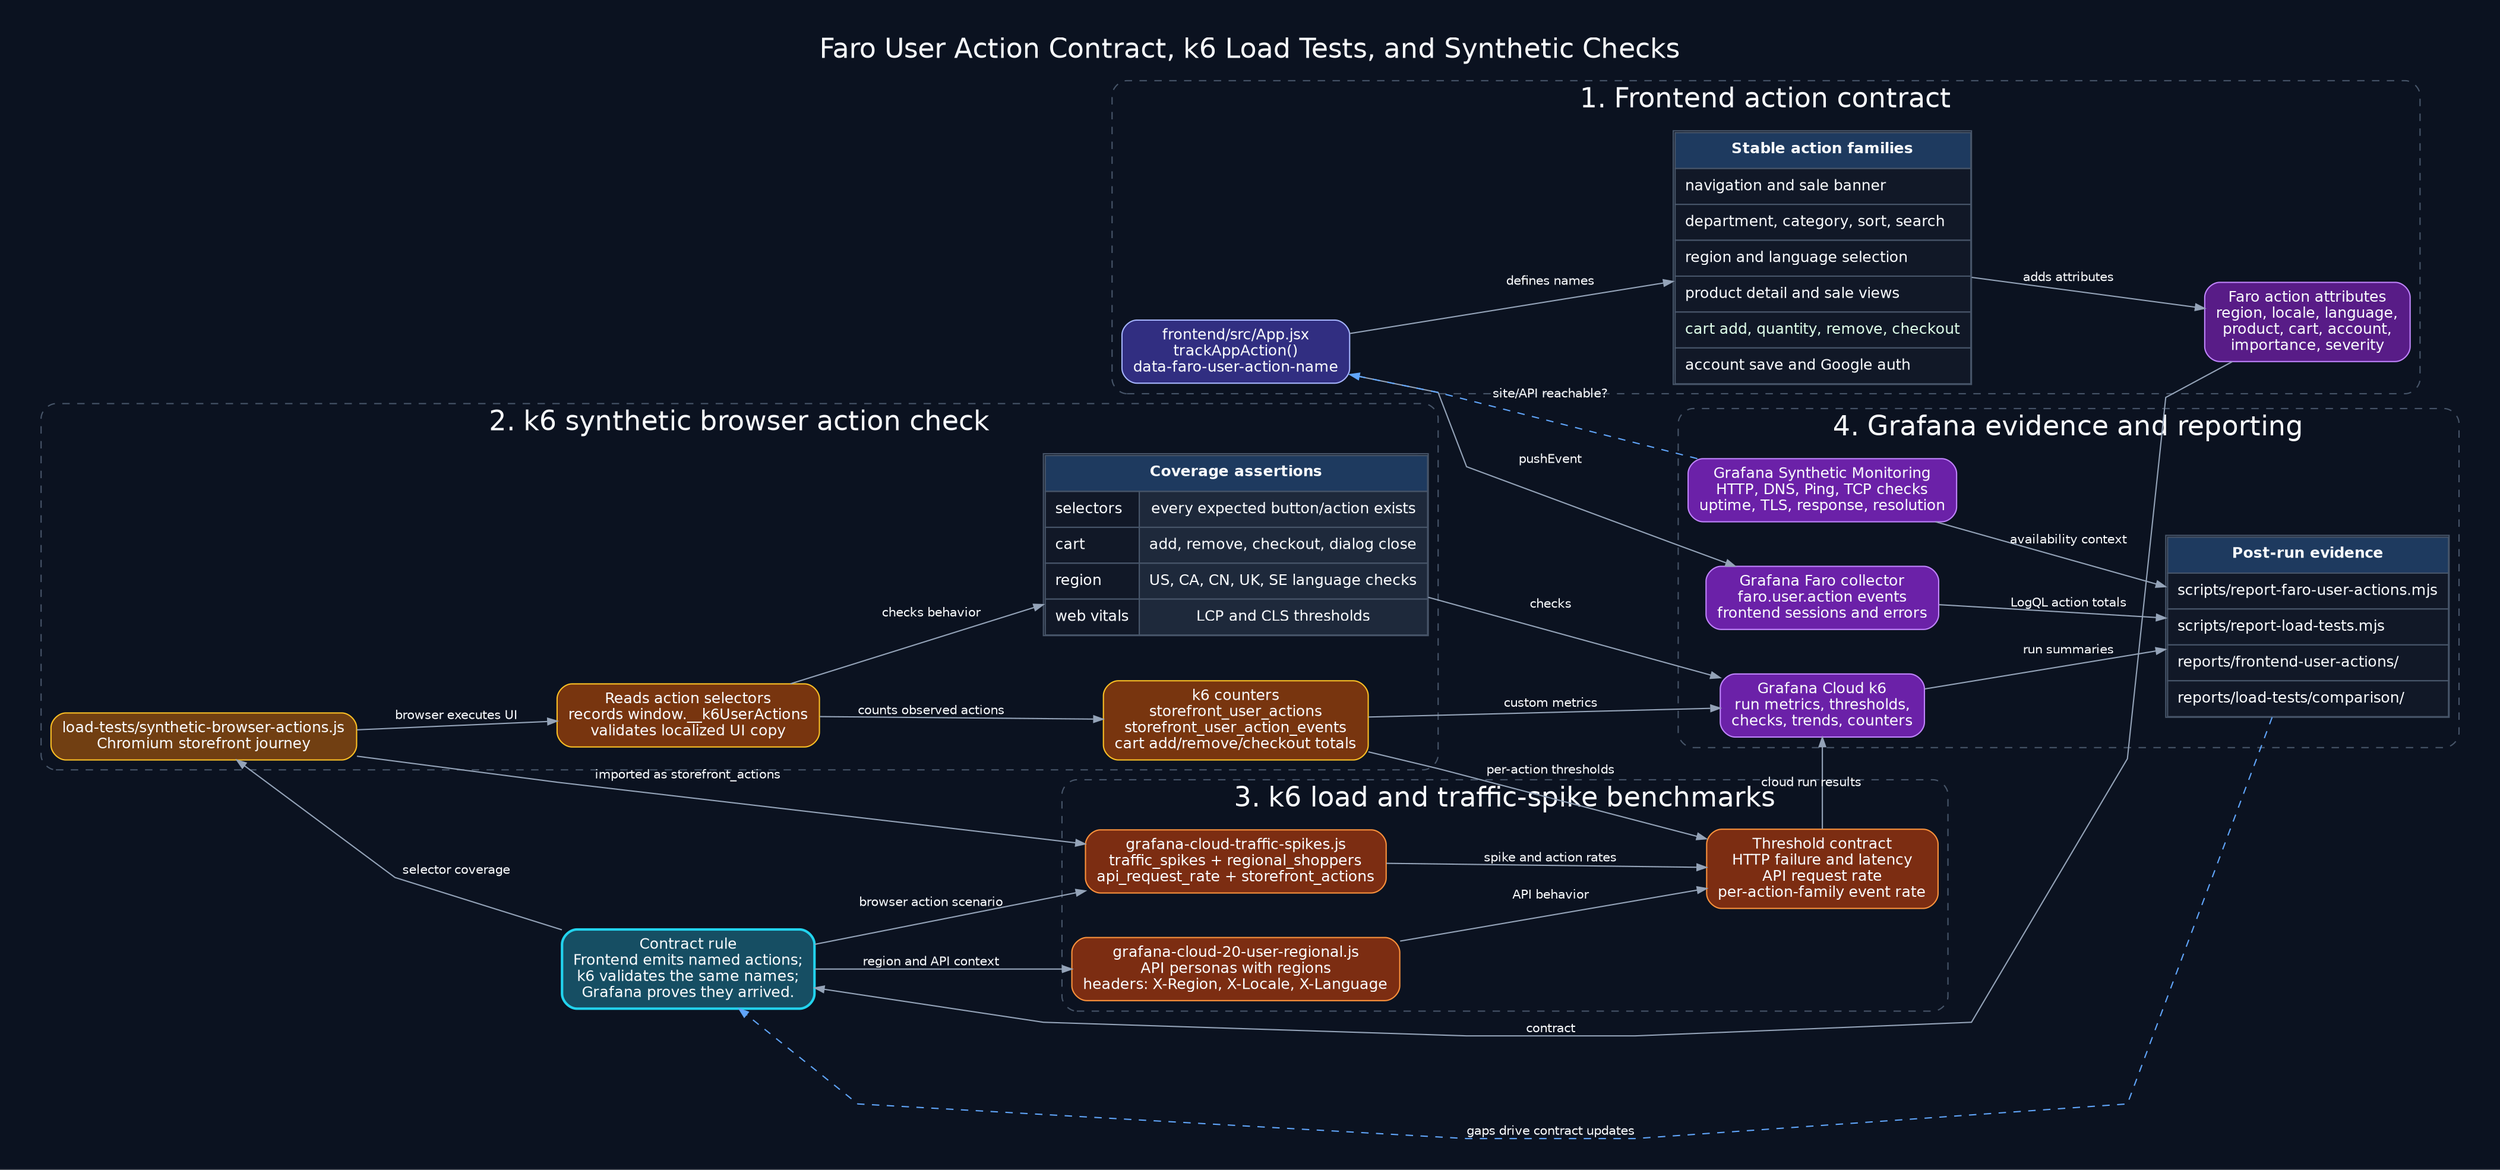
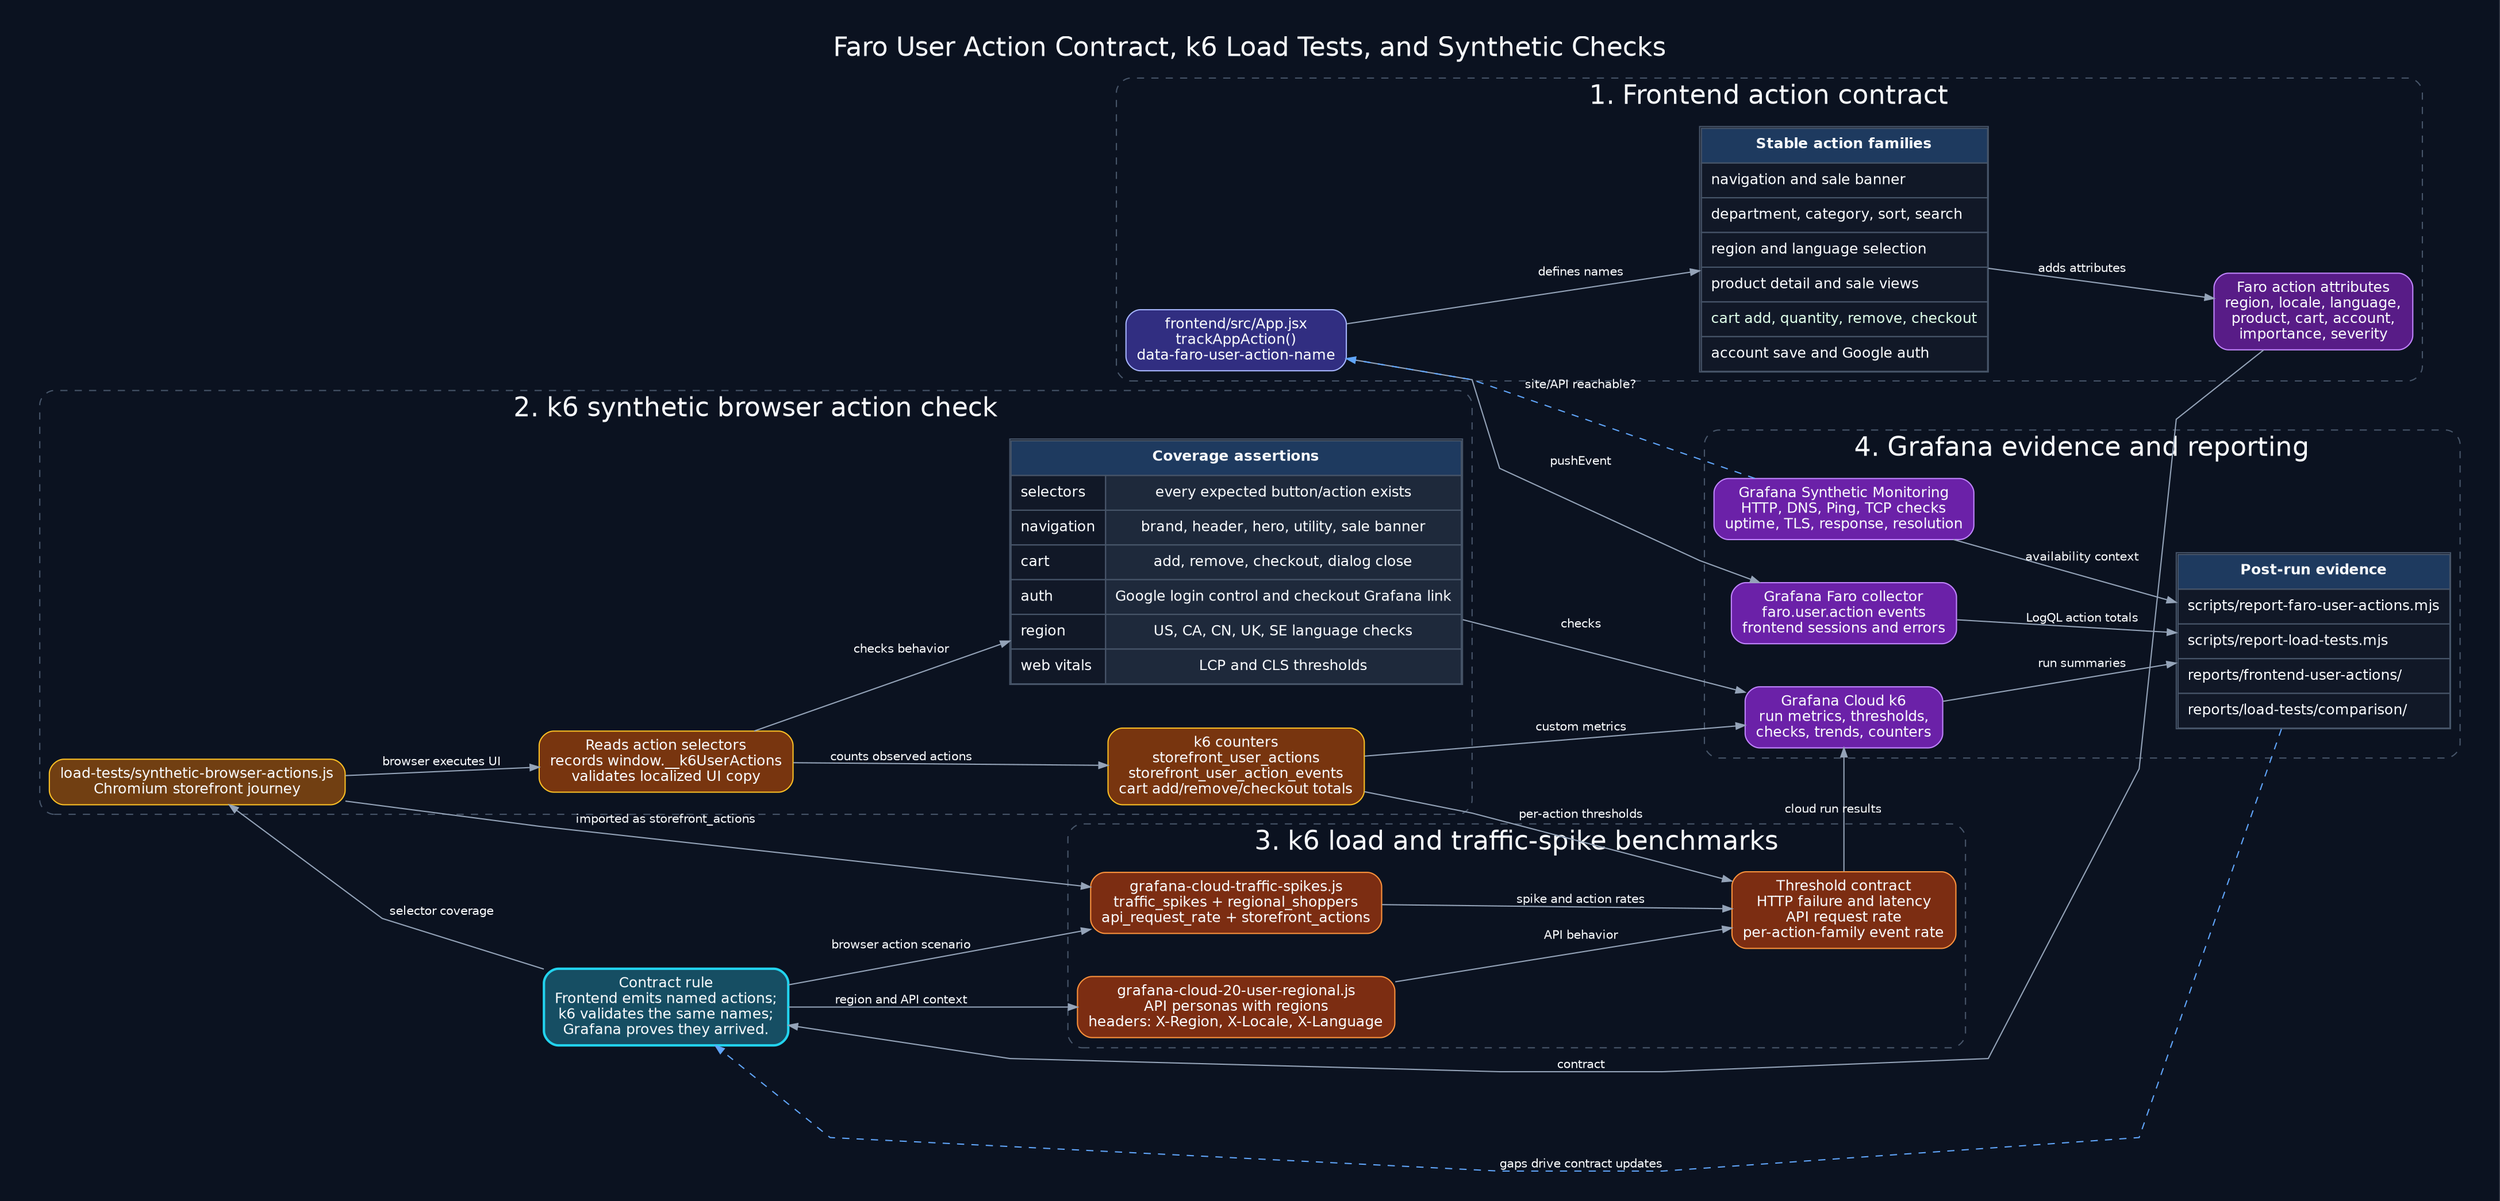
digraph faro_k6_contract_relationships {
  graph [
    rankdir=LR,
    bgcolor="#0b1220",
    fontcolor="#f8fafc",
    fontname="Helvetica",
    fontsize=22,
    labelloc=t,
    label="Faro User Action Contract, k6 Load Tests, and Synthetic Checks",
    pad=0.35,
    nodesep=0.5,
    ranksep=0.85,
    splines=polyline
  ];

  node [
    shape=box,
    style="rounded,filled",
    fontname="Helvetica",
    fontsize=12,
    color="#64748b",
    fillcolor="#111827",
    fontcolor="#f8fafc",
    margin="0.13,0.08"
  ];

  edge [
    color="#94a3b8",
    fontcolor="#f8fafc",
    fontname="Helvetica",
    fontsize=10,
    arrowsize=0.75
  ];

  subgraph cluster_contract {
    label="1. Frontend action contract";
    color="#475569";
    fontcolor="#f8fafc";
    style="rounded,dashed";

    app_js [
      label="frontend/src/App.jsx\ntrackAppAction()\ndata-faro-user-action-name",
      fillcolor="#312e81",
      color="#a5b4fc"
    ];

    action_taxonomy [
      shape=plain,
      label=<
        <TABLE BORDER="1" CELLBORDER="1" CELLSPACING="0" CELLPADDING="7" COLOR="#475569">
          <TR><TD BGCOLOR="#1e3a5f"><FONT COLOR="#f8fafc"><B>Stable action families</B></FONT></TD></TR>
          <TR><TD BGCOLOR="#111827" ALIGN="LEFT"><FONT COLOR="#f8fafc">navigation and sale banner</FONT></TD></TR>
          <TR><TD BGCOLOR="#111827" ALIGN="LEFT"><FONT COLOR="#f8fafc">department, category, sort, search</FONT></TD></TR>
          <TR><TD BGCOLOR="#111827" ALIGN="LEFT"><FONT COLOR="#f8fafc">region and language selection</FONT></TD></TR>
          <TR><TD BGCOLOR="#111827" ALIGN="LEFT"><FONT COLOR="#f8fafc">product detail and sale views</FONT></TD></TR>
          <TR><TD BGCOLOR="#111827" ALIGN="LEFT"><FONT COLOR="#dcfce7">cart add, quantity, remove, checkout</FONT></TD></TR>
          <TR><TD BGCOLOR="#111827" ALIGN="LEFT"><FONT COLOR="#f8fafc">account save and Google auth</FONT></TD></TR>
        </TABLE>
      >
    ];

    faro_attrs [
      label="Faro action attributes\nregion, locale, language,\nproduct, cart, account,\nimportance, severity",
      fillcolor="#581c87",
      color="#c084fc"
    ];
  }

  subgraph cluster_browser_check {
    label="2. k6 synthetic browser action check";
    color="#475569";
    fontcolor="#f8fafc";
    style="rounded,dashed";

    synthetic_script [
      label="load-tests/synthetic-browser-actions.js\nChromium storefront journey",
      fillcolor="#713f12",
      color="#fbbf24"
    ];

    dom_probe [
      label="Reads action selectors\nrecords window.__k6UserActions\nvalidates localized UI copy",
      fillcolor="#78350f",
      color="#fbbf24"
    ];

    synthetic_assertions [
      shape=plain,
      label=<
        <TABLE BORDER="1" CELLBORDER="1" CELLSPACING="0" CELLPADDING="7" COLOR="#475569">
          <TR><TD BGCOLOR="#1e3a5f" COLSPAN="2"><FONT COLOR="#f8fafc"><B>Coverage assertions</B></FONT></TD></TR>
          <TR><TD BGCOLOR="#111827" ALIGN="LEFT"><FONT COLOR="#f8fafc">selectors</FONT></TD><TD BGCOLOR="#1e293b"><FONT COLOR="#f8fafc">every expected button/action exists</FONT></TD></TR>
+           <TR><TD BGCOLOR="#111827" ALIGN="LEFT"><FONT COLOR="#f8fafc">navigation</FONT></TD><TD BGCOLOR="#1e293b"><FONT COLOR="#f8fafc">brand, header, hero, utility, sale banner</FONT></TD></TR>
          <TR><TD BGCOLOR="#111827" ALIGN="LEFT"><FONT COLOR="#f8fafc">cart</FONT></TD><TD BGCOLOR="#1e293b"><FONT COLOR="#f8fafc">add, remove, checkout, dialog close</FONT></TD></TR>
+           <TR><TD BGCOLOR="#111827" ALIGN="LEFT"><FONT COLOR="#f8fafc">auth</FONT></TD><TD BGCOLOR="#1e293b"><FONT COLOR="#f8fafc">Google login control and checkout Grafana link</FONT></TD></TR>
          <TR><TD BGCOLOR="#111827" ALIGN="LEFT"><FONT COLOR="#f8fafc">region</FONT></TD><TD BGCOLOR="#1e293b"><FONT COLOR="#f8fafc">US, CA, CN, UK, SE language checks</FONT></TD></TR>
          <TR><TD BGCOLOR="#111827" ALIGN="LEFT"><FONT COLOR="#f8fafc">web vitals</FONT></TD><TD BGCOLOR="#1e293b"><FONT COLOR="#f8fafc">LCP and CLS thresholds</FONT></TD></TR>
        </TABLE>
      >
    ];

    synthetic_counters [
      label="k6 counters\nstorefront_user_actions\nstorefront_user_action_events\ncart add/remove/checkout totals",
      fillcolor="#78350f",
      color="#fbbf24"
    ];
  }

  subgraph cluster_load_test {
    label="3. k6 load and traffic-spike benchmarks";
    color="#475569";
    fontcolor="#f8fafc";
    style="rounded,dashed";

    regional_load [
      label="grafana-cloud-20-user-regional.js\nAPI personas with regions\nheaders: X-Region, X-Locale, X-Language",
      fillcolor="#7c2d12",
      color="#fb923c"
    ];

    spike_load [
      label="grafana-cloud-traffic-spikes.js\ntraffic_spikes + regional_shoppers\napi_request_rate + storefront_actions",
      fillcolor="#7c2d12",
      color="#fb923c"
    ];

    load_thresholds [
      label="Threshold contract\nHTTP failure and latency\nAPI request rate\nper-action-family event rate",
      fillcolor="#7c2d12",
      color="#fb923c"
    ];
  }

  subgraph cluster_grafana_evidence {
    label="4. Grafana evidence and reporting";
    color="#475569";
    fontcolor="#f8fafc";
    style="rounded,dashed";

    faro_cloud [
      label="Grafana Faro collector\nfaro.user.action events\nfrontend sessions and errors",
      fillcolor="#6b21a8",
      color="#c084fc"
    ];

    k6_cloud [
      label="Grafana Cloud k6\nrun metrics, thresholds,\nchecks, trends, counters",
      fillcolor="#6b21a8",
      color="#c084fc"
    ];

    synthetic_monitoring [
      label="Grafana Synthetic Monitoring\nHTTP, DNS, Ping, TCP checks\nuptime, TLS, response, resolution",
      fillcolor="#6b21a8",
      color="#c084fc"
    ];

    reports [
      shape=plain,
      label=<
        <TABLE BORDER="1" CELLBORDER="1" CELLSPACING="0" CELLPADDING="7" COLOR="#475569">
          <TR><TD BGCOLOR="#1e3a5f"><FONT COLOR="#f8fafc"><B>Post-run evidence</B></FONT></TD></TR>
          <TR><TD BGCOLOR="#111827" ALIGN="LEFT"><FONT COLOR="#f8fafc">scripts/report-faro-user-actions.mjs</FONT></TD></TR>
          <TR><TD BGCOLOR="#111827" ALIGN="LEFT"><FONT COLOR="#f8fafc">scripts/report-load-tests.mjs</FONT></TD></TR>
          <TR><TD BGCOLOR="#111827" ALIGN="LEFT"><FONT COLOR="#f8fafc">reports/frontend-user-actions/</FONT></TD></TR>
          <TR><TD BGCOLOR="#111827" ALIGN="LEFT"><FONT COLOR="#f8fafc">reports/load-tests/comparison/</FONT></TD></TR>
        </TABLE>
      >
    ];
  }

  contract_rule [
    label="Contract rule\nFrontend emits named actions;\nk6 validates the same names;\nGrafana proves they arrived.",
    fillcolor="#164e63",
    color="#22d3ee",
    penwidth=2
  ];

  app_js -> action_taxonomy [label="defines names"];
  action_taxonomy -> faro_attrs [label="adds attributes"];
  faro_attrs -> contract_rule [label="contract"];

  contract_rule -> synthetic_script [label="selector coverage"];
  synthetic_script -> dom_probe [label="browser executes UI"];
  dom_probe -> synthetic_assertions [label="checks behavior"];
  dom_probe -> synthetic_counters [label="counts observed actions"];

  contract_rule -> regional_load [label="region and API context"];
  contract_rule -> spike_load [label="browser action scenario"];
  synthetic_script -> spike_load [label="imported as storefront_actions"];
  regional_load -> load_thresholds [label="API behavior"];
  spike_load -> load_thresholds [label="spike and action rates"];
  synthetic_counters -> load_thresholds [label="per-action thresholds"];

  app_js -> faro_cloud [label="pushEvent"];
  synthetic_assertions -> k6_cloud [label="checks"];
  synthetic_counters -> k6_cloud [label="custom metrics"];
  load_thresholds -> k6_cloud [label="cloud run results"];
  synthetic_monitoring -> reports [label="availability context"];
  faro_cloud -> reports [label="LogQL action totals"];
  k6_cloud -> reports [label="run summaries"];

  synthetic_monitoring -> app_js [label="site/API reachable?", style=dashed, color="#60a5fa"];
  reports -> contract_rule [label="gaps drive contract updates", style=dashed, color="#60a5fa"];
}
